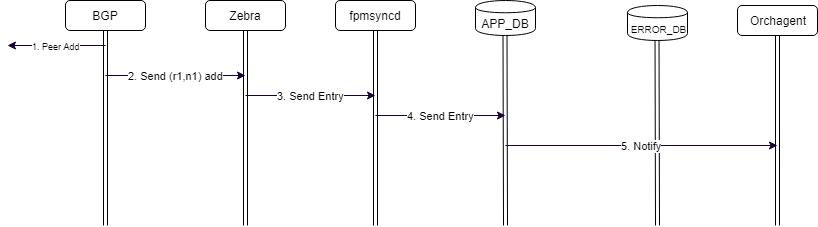
This is doc/bgp_error_handling/images/bgp_error_handling_flow3.png from sonic-net/SONiC, a draw.io export, as it was before one commit. Source tidied: cells renumbered, new cells last; positions are measured from the earlier drawing's top-left corner, leaving out a move shared by most shapes. The source it was exported from:
```xml
<mxGraphModel>
  <root>
    <mxCell id="0" />
    <mxCell id="1" parent="0" />
    <mxCell id="2" value="BGP" style="rounded=1;whiteSpace=wrap;html=1;" parent="1" vertex="1">
      <mxGeometry x="58" width="80" height="30" as="geometry" />
    </mxCell>
    <mxCell id="3" style="shape=link;html=1;entryX=0.5;entryY=1;entryDx=0;entryDy=0;shadow=0;labelBackgroundColor=#99CCFF;targetPerimeterSpacing=6;sourcePerimeterSpacing=6;" parent="1" edge="1" target="2">
      <mxGeometry relative="1" as="geometry">
        <mxPoint x="98" y="225" as="sourcePoint" />
      </mxGeometry>
    </mxCell>
    <mxCell id="4" style="shape=link;html=1;entryX=0.5;entryY=1;entryDx=0;entryDy=0;" parent="1" edge="1" target="5">
      <mxGeometry relative="1" as="geometry">
        <mxPoint x="238" y="195" as="sourcePoint" />
      </mxGeometry>
    </mxCell>
    <mxCell id="5" value="Zebra" style="rounded=1;whiteSpace=wrap;html=1;" parent="1" vertex="1">
      <mxGeometry x="198" width="80" height="30" as="geometry" />
    </mxCell>
    <mxCell id="6" style="shape=link;html=1;entryX=0.5;entryY=1;entryDx=0;entryDy=0;" parent="1" edge="1" target="7">
      <mxGeometry relative="1" as="geometry">
        <mxPoint x="368" y="225" as="sourcePoint" />
      </mxGeometry>
    </mxCell>
    <mxCell id="7" value="fpmsyncd" style="rounded=1;whiteSpace=wrap;html=1;" parent="1" vertex="1">
      <mxGeometry x="328" width="80" height="30" as="geometry" />
    </mxCell>
    <mxCell id="8" value="APP_DB" style="shape=cylinder;whiteSpace=wrap;html=1;boundedLbl=1;backgroundOutline=1;" parent="1" vertex="1">
      <mxGeometry x="468" width="60" height="35" as="geometry" />
    </mxCell>
    <mxCell id="9" style="shape=link;html=1;entryX=0.5;entryY=1;entryDx=0;entryDy=0;" parent="1" edge="1">
      <mxGeometry relative="1" as="geometry">
        <mxPoint x="498" y="225" as="sourcePoint" />
        <mxPoint x="497.5" y="35" as="targetPoint" />
      </mxGeometry>
    </mxCell>
    <mxCell id="10" value="2. Send (r1,n1) add" style="endArrow=classic;html=1;shadow=0;labelBackgroundColor=#FFFFFF;strokeColor=#190033;" parent="1" edge="1">
      <mxGeometry relative="1" as="geometry">
        <mxPoint x="98" y="75" as="sourcePoint" />
        <mxPoint x="238" y="75" as="targetPoint" />
      </mxGeometry>
    </mxCell>
    <mxCell id="11" style="shape=link;html=1;entryX=0.5;entryY=1;entryDx=0;entryDy=0;" parent="1" edge="1">
      <mxGeometry relative="1" as="geometry">
        <mxPoint x="650" y="225" as="sourcePoint" />
        <mxPoint x="649.5" y="35" as="targetPoint" />
      </mxGeometry>
    </mxCell>
    <mxCell id="12" value="&lt;font style=&quot;font-size: 10px&quot;&gt;ERROR_DB&lt;/font&gt;" style="shape=cylinder;whiteSpace=wrap;html=1;boundedLbl=1;backgroundOutline=1;" parent="1" vertex="1">
      <mxGeometry x="620" y="5" width="60" height="35" as="geometry" />
    </mxCell>
    <mxCell id="13" value="Orchagent" style="rounded=1;whiteSpace=wrap;html=1;" parent="1" vertex="1">
      <mxGeometry x="730" y="5" width="80" height="30" as="geometry" />
    </mxCell>
    <mxCell id="14" style="shape=link;html=1;entryX=0.5;entryY=1;entryDx=0;entryDy=0;" parent="1" edge="1" target="13">
      <mxGeometry relative="1" as="geometry">
        <mxPoint x="770" y="225" as="sourcePoint" />
      </mxGeometry>
    </mxCell>
    <mxCell id="15" value="3. Send Entry" style="endArrow=classic;html=1;shadow=0;labelBackgroundColor=#FFFFFF;strokeColor=#190033;" parent="1" edge="1">
      <mxGeometry relative="1" as="geometry">
        <mxPoint x="238" y="95" as="sourcePoint" />
        <mxPoint x="368" y="95" as="targetPoint" />
      </mxGeometry>
    </mxCell>
    <mxCell id="16" value="4. Send Entry" style="endArrow=classic;html=1;shadow=0;labelBackgroundColor=#FFFFFF;strokeColor=#190033;" parent="1" edge="1">
      <mxGeometry relative="1" as="geometry">
        <mxPoint x="368" y="115" as="sourcePoint" />
        <mxPoint x="498" y="115" as="targetPoint" />
      </mxGeometry>
    </mxCell>
    <mxCell id="17" value="5. Notify" style="endArrow=classic;html=1;shadow=0;labelBackgroundColor=#FFFFFF;strokeColor=#190033;" parent="1" edge="1">
      <mxGeometry relative="1" as="geometry">
        <mxPoint x="498" y="145" as="sourcePoint" />
        <mxPoint x="770" y="145" as="targetPoint" />
      </mxGeometry>
    </mxCell>
    <mxCell id="18" style="shape=link;html=1;entryX=0.5;entryY=1;entryDx=0;entryDy=0;" parent="1" edge="1">
      <mxGeometry relative="1" as="geometry">
        <mxPoint x="238" y="225" as="sourcePoint" />
        <mxPoint x="238" y="185" as="targetPoint" />
      </mxGeometry>
    </mxCell>
    <mxCell id="19" value="&lt;font style=&quot;font-size: 9px&quot;&gt;1. Peer Add&lt;/font&gt;" style="endArrow=classic;html=1;shadow=0;labelBackgroundColor=#FFFFFF;strokeColor=#190033;" parent="1" edge="1">
      <mxGeometry relative="1" as="geometry">
        <mxPoint x="98" y="45" as="sourcePoint" />
        <mxPoint y="45" as="targetPoint" />
      </mxGeometry>
    </mxCell>
  </root>
</mxGraphModel>
```
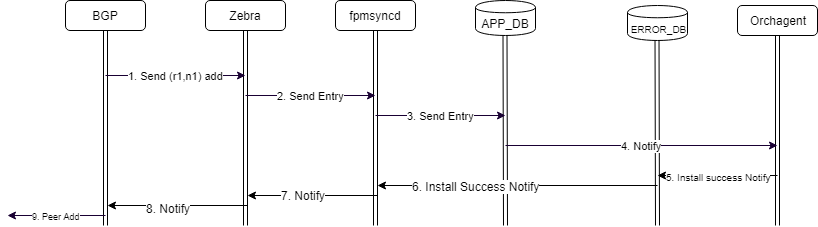
Above is the later version.

Commit message:
changes for supporting positive ACK for BGP error handling

The edit, as a diff of the source:
```diff
@@ -35,7 +35,7 @@
         <mxPoint x="497.5" y="35" as="targetPoint" />
       </mxGeometry>
     </mxCell>
-    <mxCell id="10" value="2. Send (r1,n1) add" style="endArrow=classic;html=1;shadow=0;labelBackgroundColor=#FFFFFF;strokeColor=#190033;" parent="1" edge="1">
+    <mxCell id="10" value="1. Send (r1,n1) add" style="endArrow=classic;html=1;shadow=0;labelBackgroundColor=#FFFFFF;strokeColor=#190033;" parent="1" edge="1">
       <mxGeometry relative="1" as="geometry">
         <mxPoint x="98" y="75" as="sourcePoint" />
         <mxPoint x="238" y="75" as="targetPoint" />
@@ -58,19 +58,19 @@
         <mxPoint x="770" y="225" as="sourcePoint" />
       </mxGeometry>
     </mxCell>
-    <mxCell id="15" value="3. Send Entry" style="endArrow=classic;html=1;shadow=0;labelBackgroundColor=#FFFFFF;strokeColor=#190033;" parent="1" edge="1">
+    <mxCell id="15" value="2. Send Entry" style="endArrow=classic;html=1;shadow=0;labelBackgroundColor=#FFFFFF;strokeColor=#190033;" parent="1" edge="1">
       <mxGeometry relative="1" as="geometry">
         <mxPoint x="238" y="95" as="sourcePoint" />
         <mxPoint x="368" y="95" as="targetPoint" />
       </mxGeometry>
     </mxCell>
-    <mxCell id="16" value="4. Send Entry" style="endArrow=classic;html=1;shadow=0;labelBackgroundColor=#FFFFFF;strokeColor=#190033;" parent="1" edge="1">
+    <mxCell id="16" value="3. Send Entry" style="endArrow=classic;html=1;shadow=0;labelBackgroundColor=#FFFFFF;strokeColor=#190033;" parent="1" edge="1">
       <mxGeometry relative="1" as="geometry">
         <mxPoint x="368" y="115" as="sourcePoint" />
         <mxPoint x="498" y="115" as="targetPoint" />
       </mxGeometry>
     </mxCell>
-    <mxCell id="17" value="5. Notify" style="endArrow=classic;html=1;shadow=0;labelBackgroundColor=#FFFFFF;strokeColor=#190033;" parent="1" edge="1">
+    <mxCell id="17" value="4. Notify" style="endArrow=classic;html=1;shadow=0;labelBackgroundColor=#FFFFFF;strokeColor=#190033;" parent="1" edge="1">
       <mxGeometry relative="1" as="geometry">
         <mxPoint x="498" y="145" as="sourcePoint" />
         <mxPoint x="770" y="145" as="targetPoint" />
@@ -82,11 +82,51 @@
         <mxPoint x="238" y="185" as="targetPoint" />
       </mxGeometry>
     </mxCell>
-    <mxCell id="19" value="&lt;font style=&quot;font-size: 9px&quot;&gt;1. Peer Add&lt;/font&gt;" style="endArrow=classic;html=1;shadow=0;labelBackgroundColor=#FFFFFF;strokeColor=#190033;" parent="1" edge="1">
+    <mxCell id="19" value="&lt;font style=&quot;font-size: 9px&quot;&gt;9. Peer Add&lt;/font&gt;" style="endArrow=classic;html=1;shadow=0;labelBackgroundColor=#FFFFFF;strokeColor=#190033;" parent="1" edge="1">
       <mxGeometry relative="1" as="geometry">
-        <mxPoint x="98" y="45" as="sourcePoint" />
-        <mxPoint y="45" as="targetPoint" />
+        <mxPoint x="98" y="215" as="sourcePoint" />
+        <mxPoint y="215" as="targetPoint" />
       </mxGeometry>
     </mxCell>
+    <mxCell id="20" style="endArrow=classic;html=1;" parent="1" edge="1">
+      <mxGeometry relative="1" as="geometry">
+        <mxPoint x="770" y="175" as="sourcePoint" />
+        <mxPoint x="650" y="175" as="targetPoint" />
+      </mxGeometry>
+    </mxCell>
+    <mxCell id="21" value="&lt;font style=&quot;font-size: 10px&quot;&gt;5. Install success Notify&lt;/font&gt;" style="text;html=1;align=center;verticalAlign=middle;labelBackgroundColor=#ffffff;" parent="20" vertex="1">
+      <mxGeometry x="0.22" y="-2" relative="1" as="geometry">
+        <mxPoint x="13" y="2" as="offset" />
+      </mxGeometry>
+    </mxCell>
+    <mxCell id="22" style="endArrow=classic;html=1;" parent="1" edge="1">
+      <mxGeometry relative="1" as="geometry">
+        <mxPoint x="650" y="185" as="sourcePoint" />
+        <mxPoint x="370" y="185" as="targetPoint" />
+      </mxGeometry>
+    </mxCell>
+    <mxCell id="23" value="6. Install Success Notify" style="text;html=1;align=center;verticalAlign=middle;labelBackgroundColor=#ffffff;" parent="22" vertex="1">
+      <mxGeometry x="0.26" y="2" relative="1" as="geometry">
+        <mxPoint x="-6" y="-2" as="offset" />
+      </mxGeometry>
+    </mxCell>
+    <mxCell id="24" style="endArrow=classic;html=1;" parent="1" edge="1">
+      <mxGeometry relative="1" as="geometry">
+        <mxPoint x="370" y="195" as="sourcePoint" />
+        <mxPoint x="240" y="195" as="targetPoint" />
+      </mxGeometry>
+    </mxCell>
+    <mxCell id="25" value="7. Notify" style="text;html=1;align=center;verticalAlign=middle;labelBackgroundColor=#ffffff;" parent="24" vertex="1">
+      <mxGeometry x="0.15" y="-1" relative="1" as="geometry" />
+    </mxCell>
+    <mxCell id="26" style="endArrow=classic;html=1;" parent="1" edge="1">
+      <mxGeometry relative="1" as="geometry">
+        <mxPoint x="240" y="205" as="sourcePoint" />
+        <mxPoint x="100" y="205" as="targetPoint" />
+      </mxGeometry>
+    </mxCell>
+    <mxCell id="27" value="8. Notify" style="text;html=1;align=center;verticalAlign=middle;labelBackgroundColor=#ffffff;" parent="26" vertex="1">
+      <mxGeometry x="0.14" y="2" relative="1" as="geometry" />
+    </mxCell>
   </root>
 </mxGraphModel>
```
